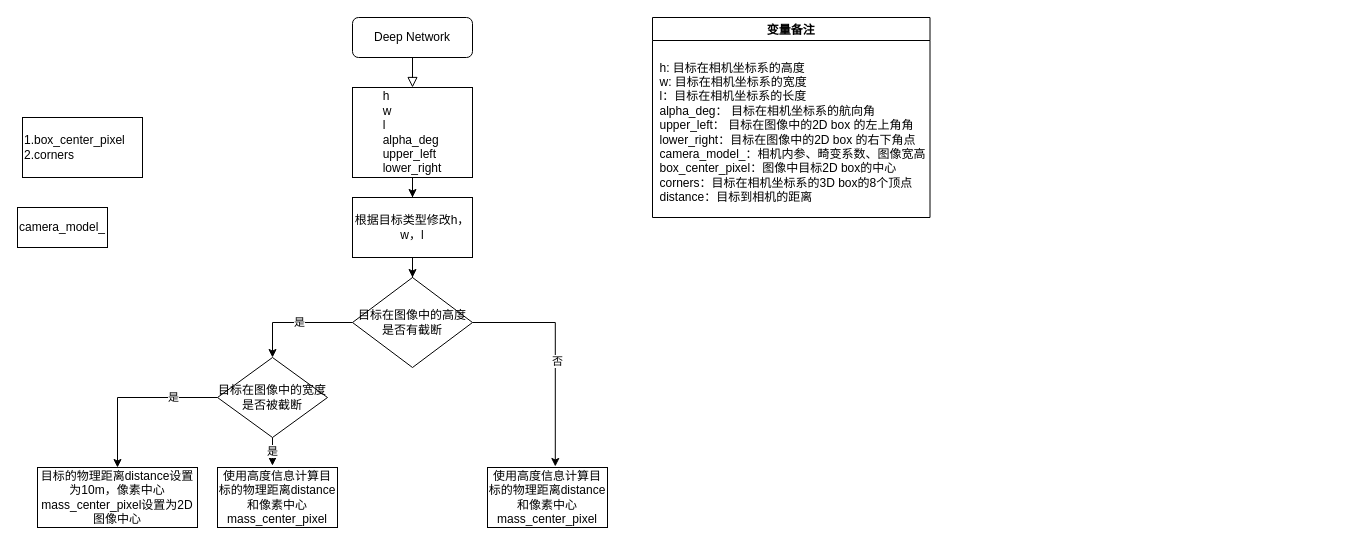
Before: apollo_2d_to_3d.drawio in bugquella/diagrams, a draw.io diagram. Source tidied: cells renumbered, new cells numbered last; positions are measured from the earlier drawing's top-left corner, leaving out a move shared by most shapes. Both pictures are drawn from the tidied source at 100%, with x=0, y=0 at pixel (17, 17).
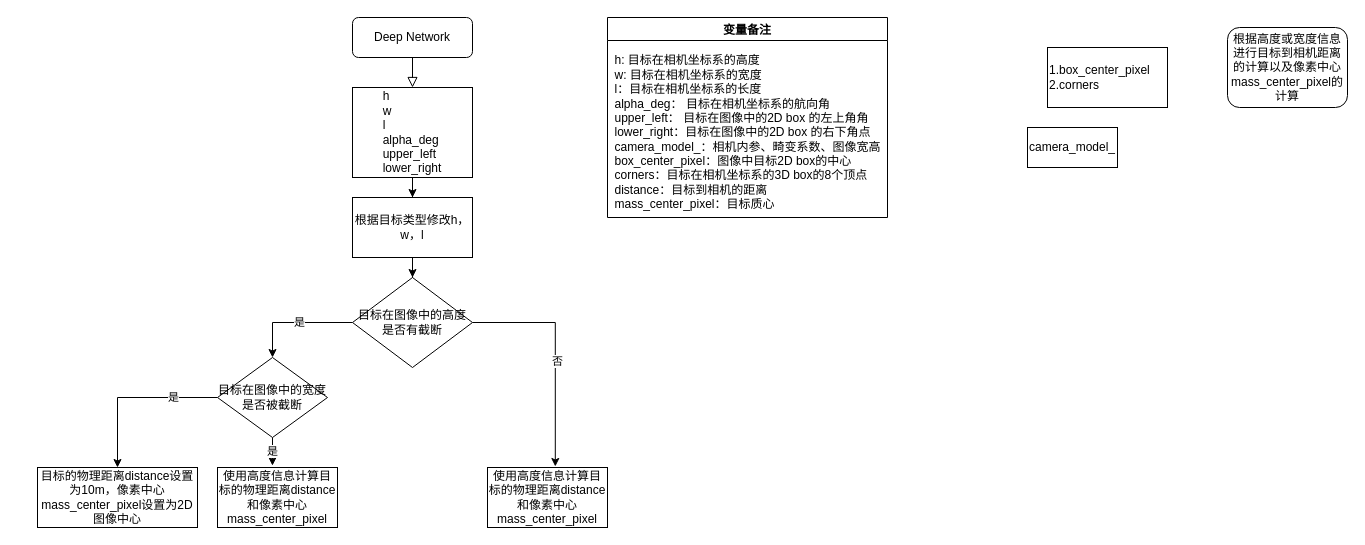
After the change.

Change to the diagram source:
```diff
@@
     <mxCell id="4" value="变量备注" style="swimlane;" parent="1" vertex="1">
-      <mxGeometry x="635" width="277.5" height="200" as="geometry" />
+      <mxGeometry x="590" width="280" height="200" as="geometry" />
     </mxCell>
-    <mxCell id="5" value="&lt;div align=&quot;left&quot;&gt;h: 目标在相机坐标系的高度&lt;br&gt;w: 目标在相机坐标系的宽度&lt;br&gt;l：目标在相机坐标系的长度&lt;br&gt;alpha_deg： 目标在相机坐标系的航向角&lt;/div&gt;&lt;div align=&quot;left&quot;&gt;upper_left： 目标在图像中的2D box 的左上角角&lt;br&gt;lower_right：目标在图像中的2D box 的右下角点&lt;br&gt;&lt;div&gt;camera_model_：相机内参、畸变系数、图像宽高&lt;/div&gt;&lt;div&gt;box_center_pixel：图像中目标2D box的中心&lt;/div&gt;&lt;div&gt;corners：目标在相机坐标系的3D box的8个顶点&lt;/div&gt;&lt;div&gt;distance：目标到相机的距离&lt;/div&gt;&lt;/div&gt;" style="text;html=1;align=center;verticalAlign=middle;strokeColor=none;" parent="4" vertex="1">
-      <mxGeometry y="40" width="280" height="150" as="geometry" />
+    <mxCell id="5" value="&lt;div align=&quot;left&quot;&gt;h: 目标在相机坐标系的高度&lt;br&gt;w: 目标在相机坐标系的宽度&lt;br&gt;l：目标在相机坐标系的长度&lt;br&gt;alpha_deg： 目标在相机坐标系的航向角&lt;/div&gt;&lt;div align=&quot;left&quot;&gt;upper_left： 目标在图像中的2D box 的左上角角&lt;br&gt;lower_right：目标在图像中的2D box 的右下角点&lt;br&gt;&lt;div&gt;camera_model_：相机内参、畸变系数、图像宽高&lt;/div&gt;&lt;div&gt;box_center_pixel：图像中目标2D box的中心&lt;/div&gt;&lt;div&gt;corners：目标在相机坐标系的3D box的8个顶点&lt;/div&gt;&lt;div&gt;distance：目标到相机的距离&lt;/div&gt;&lt;div&gt;mass_center_pixel：目标质心&lt;/div&gt;&lt;/div&gt;" style="text;html=1;align=center;verticalAlign=middle;strokeColor=none;" parent="4" vertex="1">
+      <mxGeometry y="35" width="280" height="160" as="geometry" />
     </mxCell>
@@
-    <mxCell id="8" value="&lt;div&gt;camera_model_&lt;/div&gt;" style="rounded=0;whiteSpace=wrap;html=1;" parent="1" vertex="1">
-      <mxGeometry y="190" width="90" height="40" as="geometry" />
-    </mxCell>
-    <mxCell id="9" value="&lt;div&gt;1.box_center_pixel&lt;/div&gt;&lt;div&gt;2.corners&lt;br&gt;&lt;/div&gt;" style="rounded=0;whiteSpace=wrap;html=1;align=left;" parent="1" vertex="1">
-      <mxGeometry x="5" y="100" width="120" height="60" as="geometry" />
-    </mxCell>
@@
+    <mxCell id="24" value="根据高度或宽度信息进行目标到相机距离的计算以及像素中心mass_center_pixel的计算" style="rounded=1;whiteSpace=wrap;html=1;fontSize=12;glass=0;strokeWidth=1;shadow=0;" parent="1" vertex="1">
+      <mxGeometry x="1210" y="10" width="120" height="80" as="geometry" />
+    </mxCell>
+    <mxCell id="8" value="&lt;div&gt;camera_model_&lt;/div&gt;" style="rounded=0;whiteSpace=wrap;html=1;" parent="1" vertex="1">
+      <mxGeometry x="1010" y="110" width="90" height="40" as="geometry" />
+    </mxCell>
+    <mxCell id="9" value="&lt;div&gt;1.box_center_pixel&lt;/div&gt;&lt;div&gt;2.corners&lt;br&gt;&lt;/div&gt;" style="rounded=0;whiteSpace=wrap;html=1;align=left;" parent="1" vertex="1">
+      <mxGeometry x="1030" y="30" width="120" height="60" as="geometry" />
+    </mxCell>
```
